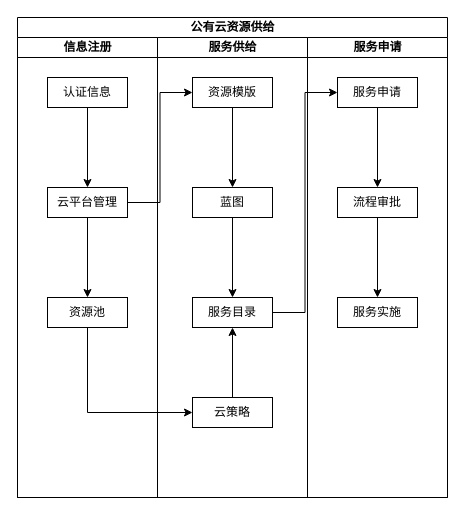
Above: drawio/poc.drawio in xybstone/debc (draw.io), before the change. Source tidied: cells renumbered, new cells numbered last; positions are measured from the earlier drawing's top-left corner, leaving out a move shared by most shapes. Both pictures are drawn from the tidied source at 100%, with x=0, y=0 at pixel (17, 17).
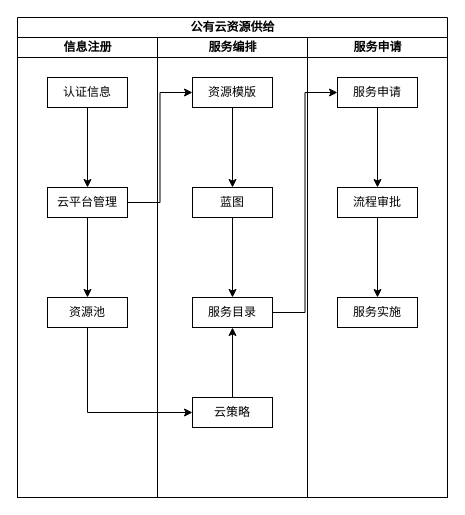
The same page after the edit.

The change refers to these unchanged cells:
```xml
<mxCell id="2" value="公有云资源供给" style="swimlane;html=1;startSize=20;" parent="1" vertex="1">
  <mxGeometry width="430" height="480" as="geometry" />
</mxCell>
```

The edit, as a diff of the source:
```diff
@@
-    <mxCell id="5" value="服务供给" style="swimlane;html=1;startSize=20;" parent="2" vertex="1">
+    <mxCell id="5" value="服务编排" style="swimlane;html=1;startSize=20;" parent="2" vertex="1">
       <mxGeometry x="140" y="20" width="150" height="460" as="geometry" />
     </mxCell>
```
